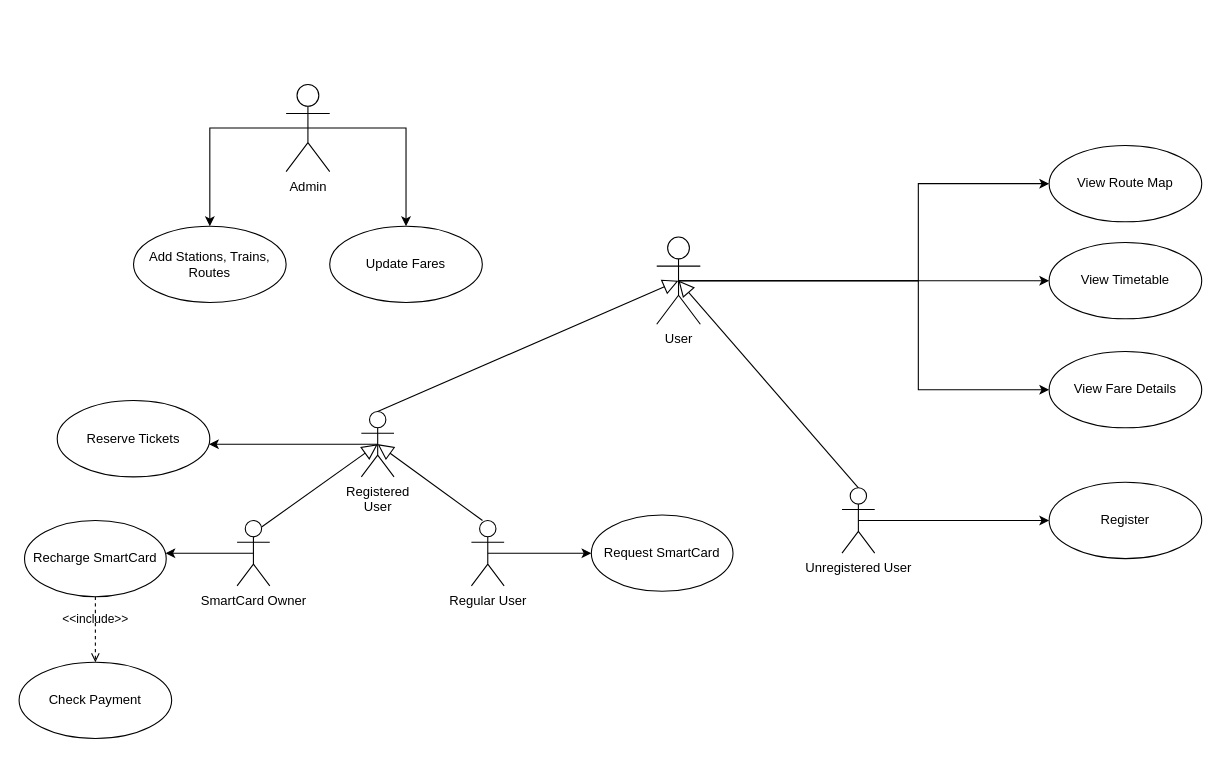
Above: Use Case Diagram.drawio in yusufnasserdev/Railway-Station-System (draw.io), before the change. Source tidied: cells renumbered, new cells numbered last; positions are measured from the earlier drawing's top-left corner, leaving out a move shared by most shapes. Both pictures are drawn from the tidied source at 109%, with x=0, y=0 at pixel (19, 84).
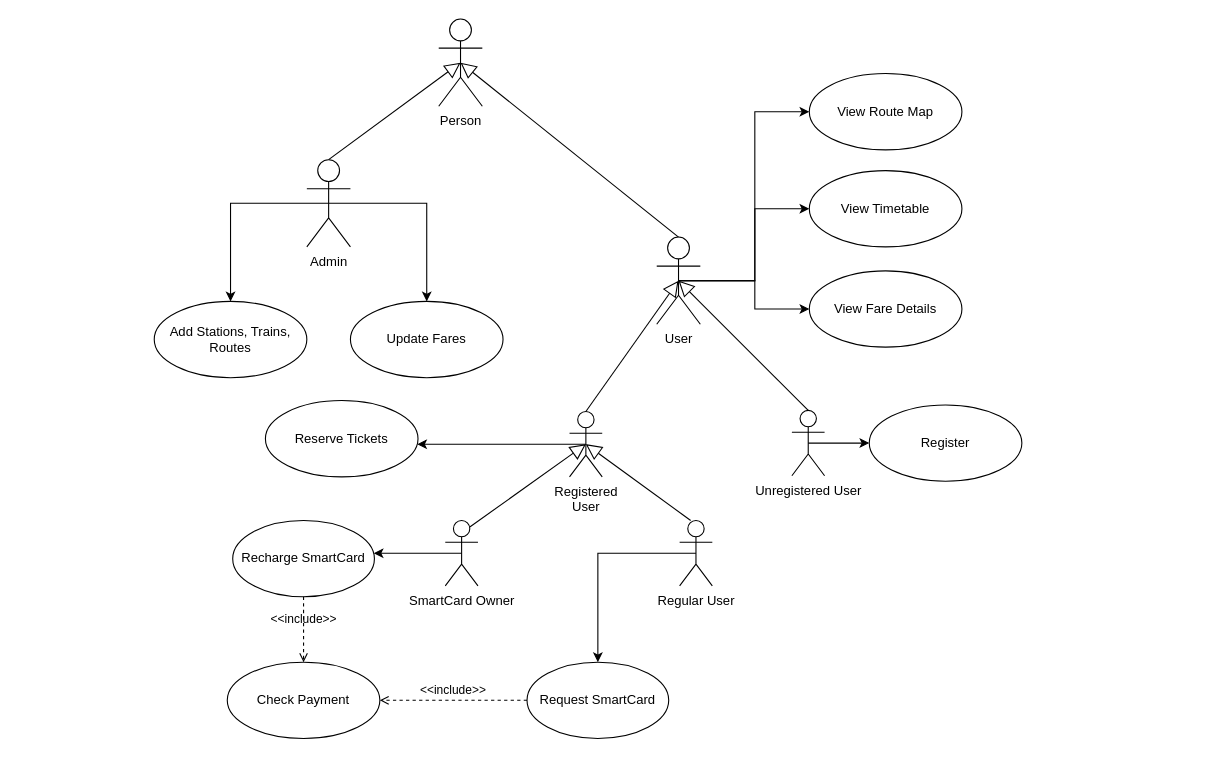
The same page after the edit.

Commit message:
Update Use Case Diagram to its final state

The change refers to these unchanged cells:
```xml
<mxCell id="8" value="User" style="shape=umlActor;html=1;verticalLabelPosition=bottom;verticalAlign=top;align=center;" parent="1" vertex="1">
  <mxGeometry x="585" y="140" width="40" height="80" as="geometry" />
</mxCell>
```

What changed in the source:
```diff
@@
     <mxCell id="2" style="edgeStyle=orthogonalEdgeStyle;rounded=0;jettySize=auto;html=1;exitX=0.5;exitY=0.5;exitDx=0;exitDy=0;exitPerimeter=0;" parent="1" edge="1" source="3" target="4">
       <mxGeometry relative="1" as="geometry">
         <Array as="points">
-          <mxPoint x="135" y="430" />
+          <mxPoint x="326" y="430" />
         </Array>
       </mxGeometry>
     </mxCell>
     <mxCell id="3" value="SmartCard Owner" style="shape=umlActor;html=1;verticalLabelPosition=bottom;verticalAlign=top;align=center;" parent="1" vertex="1">
-      <mxGeometry x="200" y="400" width="30" height="60" as="geometry" />
+      <mxGeometry x="391" y="400" width="30" height="60" as="geometry" />
     </mxCell>
     <mxCell id="4" value="Recharge SmartCard" style="ellipse;whiteSpace=wrap;html=1;" parent="1" vertex="1">
-      <mxGeometry x="5" y="400" width="130" height="70" as="geometry" />
+      <mxGeometry x="196" y="400" width="130" height="70" as="geometry" />
     </mxCell>
-    <mxCell id="5" style="edgeStyle=orthogonalEdgeStyle;rounded=0;jettySize=auto;html=1;exitX=0.5;exitY=0.5;exitDx=0;exitDy=0;exitPerimeter=0;" parent="1" edge="1" source="8" target="9">
+    <mxCell id="5" style="edgeStyle=orthogonalEdgeStyle;rounded=0;jettySize=auto;html=1;exitX=0.5;exitY=0.5;exitDx=0;exitDy=0;exitPerimeter=0;entryX=0;entryY=0.5;entryDx=0;entryDy=0;" parent="1" edge="1" source="8" target="9">
       <mxGeometry relative="1" as="geometry" />
     </mxCell>
-    <mxCell id="6" style="edgeStyle=orthogonalEdgeStyle;rounded=0;jettySize=auto;html=1;exitX=0.5;exitY=0.5;exitDx=0;exitDy=0;exitPerimeter=0;" parent="1" edge="1" source="8" target="10">
-      <mxGeometry relative="1" as="geometry">
-        <Array as="points">
-          <mxPoint x="825" y="180" />
-          <mxPoint x="825" y="280" />
-        </Array>
-      </mxGeometry>
+    <mxCell id="6" style="edgeStyle=orthogonalEdgeStyle;rounded=0;jettySize=auto;html=1;exitX=0.5;exitY=0.5;exitDx=0;exitDy=0;exitPerimeter=0;entryX=0;entryY=0.5;entryDx=0;entryDy=0;" parent="1" edge="1" source="8" target="10">
+      <mxGeometry relative="1" as="geometry" />
     </mxCell>
     <mxCell id="7" style="edgeStyle=orthogonalEdgeStyle;rounded=0;jettySize=auto;html=1;exitX=0.5;exitY=0.5;exitDx=0;exitDy=0;exitPerimeter=0;entryX=0;entryY=0.5;entryDx=0;entryDy=0;" parent="1" edge="1" source="8" target="11">
-      <mxGeometry relative="1" as="geometry">
-        <Array as="points">
-          <mxPoint x="825" y="180" />
-          <mxPoint x="825" y="91" />
-        </Array>
-      </mxGeometry>
+      <mxGeometry relative="1" as="geometry" />
     </mxCell>
@@
     <mxCell id="9" value="View Timetable" style="ellipse;whiteSpace=wrap;html=1;" parent="1" vertex="1">
-      <mxGeometry x="945" y="145" width="140" height="70" as="geometry" />
+      <mxGeometry x="725" y="79" width="140" height="70" as="geometry" />
     </mxCell>
     <mxCell id="10" value="View Fare Details" style="ellipse;whiteSpace=wrap;html=1;" parent="1" vertex="1">
-      <mxGeometry x="945" y="245" width="140" height="70" as="geometry" />
+      <mxGeometry x="725" y="171" width="140" height="70" as="geometry" />
     </mxCell>
     <mxCell id="11" value="View Route Map" style="ellipse;whiteSpace=wrap;html=1;" parent="1" vertex="1">
-      <mxGeometry x="945" y="56" width="140" height="70" as="geometry" />
+      <mxGeometry x="725" y="-10" width="140" height="70" as="geometry" />
     </mxCell>
@@
     <mxCell id="14" style="edgeStyle=orthogonalEdgeStyle;rounded=0;jettySize=auto;html=1;exitX=0.5;exitY=0.5;exitDx=0;exitDy=0;exitPerimeter=0;" parent="1" edge="1" source="15" target="20">
       <mxGeometry relative="1" as="geometry">
         <Array as="points">
-          <mxPoint x="925" y="400" />
-          <mxPoint x="925" y="400" />
+          <mxPoint x="785" y="329" />
+          <mxPoint x="785" y="329" />
         </Array>
       </mxGeometry>
     </mxCell>
     <mxCell id="15" value="Unregistered User" style="shape=umlActor;html=1;verticalLabelPosition=bottom;verticalAlign=top;align=center;" parent="1" vertex="1">
-      <mxGeometry x="755" y="370" width="30" height="60" as="geometry" />
+      <mxGeometry x="709" y="299" width="30" height="60" as="geometry" />
     </mxCell>
     <mxCell id="16" style="edgeStyle=orthogonalEdgeStyle;rounded=0;jettySize=auto;html=1;exitX=0.5;exitY=0.5;exitDx=0;exitDy=0;exitPerimeter=0;" parent="1" edge="1" source="17" target="19">
       <mxGeometry relative="1" as="geometry">
         <Array as="points">
-          <mxPoint x="225" y="330" />
-          <mxPoint x="225" y="330" />
+          <mxPoint x="416" y="330" />
+          <mxPoint x="416" y="330" />
         </Array>
       </mxGeometry>
     </mxCell>
     <mxCell id="17" value="&lt;div&gt;Registered&lt;/div&gt;&lt;div&gt;User&lt;/div&gt;" style="shape=umlActor;html=1;verticalLabelPosition=bottom;verticalAlign=top;align=center;" parent="1" vertex="1">
-      <mxGeometry x="314" y="300" width="30" height="60" as="geometry" />
+      <mxGeometry x="505" y="300" width="30" height="60" as="geometry" />
     </mxCell>
@@
     <mxCell id="19" value="Reserve Tickets" style="ellipse;whiteSpace=wrap;html=1;" parent="1" vertex="1">
-      <mxGeometry x="35" y="290" width="140" height="70" as="geometry" />
+      <mxGeometry x="226" y="290" width="140" height="70" as="geometry" />
     </mxCell>
     <mxCell id="20" value="&lt;div&gt;Register&lt;/div&gt;" style="ellipse;whiteSpace=wrap;html=1;" parent="1" vertex="1">
-      <mxGeometry x="945" y="365" width="140" height="70" as="geometry" />
+      <mxGeometry x="780" y="294" width="140" height="70" as="geometry" />
     </mxCell>
     <mxCell id="21" style="edgeStyle=orthogonalEdgeStyle;rounded=0;jettySize=auto;html=1;exitX=0.5;exitY=0.5;exitDx=0;exitDy=0;exitPerimeter=0;" parent="1" edge="1" source="22" target="23">
-      <mxGeometry relative="1" as="geometry">
-        <Array as="points">
-          <mxPoint x="505" y="430" />
-          <mxPoint x="505" y="430" />
-        </Array>
-      </mxGeometry>
+      <mxGeometry relative="1" as="geometry" />
     </mxCell>
     <mxCell id="22" value="Regular User" style="shape=umlActor;html=1;verticalLabelPosition=bottom;verticalAlign=top;align=center;" parent="1" vertex="1">
-      <mxGeometry x="415" y="400" width="30" height="60" as="geometry" />
+      <mxGeometry x="606" y="400" width="30" height="60" as="geometry" />
     </mxCell>
     <mxCell id="23" value="Request SmartCard" style="ellipse;whiteSpace=wrap;html=1;" parent="1" vertex="1">
-      <mxGeometry x="525" y="395" width="130" height="70" as="geometry" />
+      <mxGeometry x="466" y="530" width="130" height="70" as="geometry" />
     </mxCell>
@@
     <mxCell id="25" style="edgeStyle=orthogonalEdgeStyle;rounded=0;jettySize=auto;html=1;exitX=0.5;exitY=0.5;exitDx=0;exitDy=0;exitPerimeter=0;entryX=0.5;entryY=0;entryDx=0;entryDy=0;" parent="1" edge="1" source="27" target="31">
       <mxGeometry relative="1" as="geometry">
         <Array as="points">
-          <mxPoint x="355" y="40" />
+          <mxPoint x="374" y="109" />
         </Array>
       </mxGeometry>
     </mxCell>
     <mxCell id="26" style="edgeStyle=orthogonalEdgeStyle;rounded=0;jettySize=auto;html=1;exitX=0.5;exitY=0.5;exitDx=0;exitDy=0;exitPerimeter=0;entryX=0.5;entryY=0;entryDx=0;entryDy=0;" parent="1" edge="1" source="27" target="28">
       <mxGeometry relative="1" as="geometry">
         <Array as="points">
-          <mxPoint x="175" y="40" />
+          <mxPoint x="194" y="109" />
         </Array>
       </mxGeometry>
     </mxCell>
     <mxCell id="27" value="&lt;div&gt;Admin&lt;/div&gt;&lt;div&gt;&lt;br&gt;&lt;/div&gt;" style="shape=umlActor;html=1;verticalLabelPosition=bottom;verticalAlign=top;align=center;" parent="1" vertex="1">
-      <mxGeometry x="245" width="40" height="80" as="geometry" />
+      <mxGeometry x="264" y="69" width="40" height="80" as="geometry" />
     </mxCell>
     <mxCell id="28" value="Add Stations, Trains, Routes" style="ellipse;whiteSpace=wrap;html=1;" parent="1" vertex="1">
-      <mxGeometry x="105" y="130" width="140" height="70" as="geometry" />
+      <mxGeometry x="124" y="199" width="140" height="70" as="geometry" />
     </mxCell>
@@
     <mxCell id="30" value="Check Payment" style="ellipse;whiteSpace=wrap;html=1;" parent="1" vertex="1">
-      <mxGeometry y="530" width="140" height="70" as="geometry" />
+      <mxGeometry x="191" y="530" width="140" height="70" as="geometry" />
     </mxCell>
     <mxCell id="31" value="&lt;div&gt;Update Fares&lt;/div&gt;" style="ellipse;whiteSpace=wrap;html=1;" parent="1" vertex="1">
-      <mxGeometry x="285" y="130" width="140" height="70" as="geometry" />
+      <mxGeometry x="304" y="199" width="140" height="70" as="geometry" />
     </mxCell>
+    <mxCell id="32" value="&amp;lt;&amp;lt;include&amp;gt;&amp;gt;" style="edgeStyle=none;html=1;endArrow=open;verticalAlign=bottom;dashed=1;labelBackgroundColor=none;exitX=0;exitY=0.5;exitDx=0;exitDy=0;" parent="1" edge="1" source="23" target="30">
+      <mxGeometry relative="1" as="geometry" />
+    </mxCell>
+    <mxCell id="33" value="Person" style="shape=umlActor;html=1;verticalLabelPosition=bottom;verticalAlign=top;align=center;" parent="1" vertex="1">
+      <mxGeometry x="385" y="-60" width="40" height="80" as="geometry" />
+    </mxCell>
+    <mxCell id="34" style="edgeStyle=none;html=1;endArrow=block;endFill=0;endSize=12;verticalAlign=bottom;entryX=0.5;entryY=0.5;entryDx=0;entryDy=0;entryPerimeter=0;exitX=0.5;exitY=0;exitDx=0;exitDy=0;exitPerimeter=0;" parent="1" edge="1" source="27" target="33">
+      <mxGeometry relative="1" as="geometry" />
+    </mxCell>
+    <mxCell id="35" style="edgeStyle=none;html=1;endArrow=block;endFill=0;endSize=12;verticalAlign=bottom;entryX=0.5;entryY=0.5;entryDx=0;entryDy=0;entryPerimeter=0;exitX=0.5;exitY=0;exitDx=0;exitDy=0;exitPerimeter=0;" parent="1" edge="1" source="8" target="33">
+      <mxGeometry relative="1" as="geometry" />
+    </mxCell>
```
